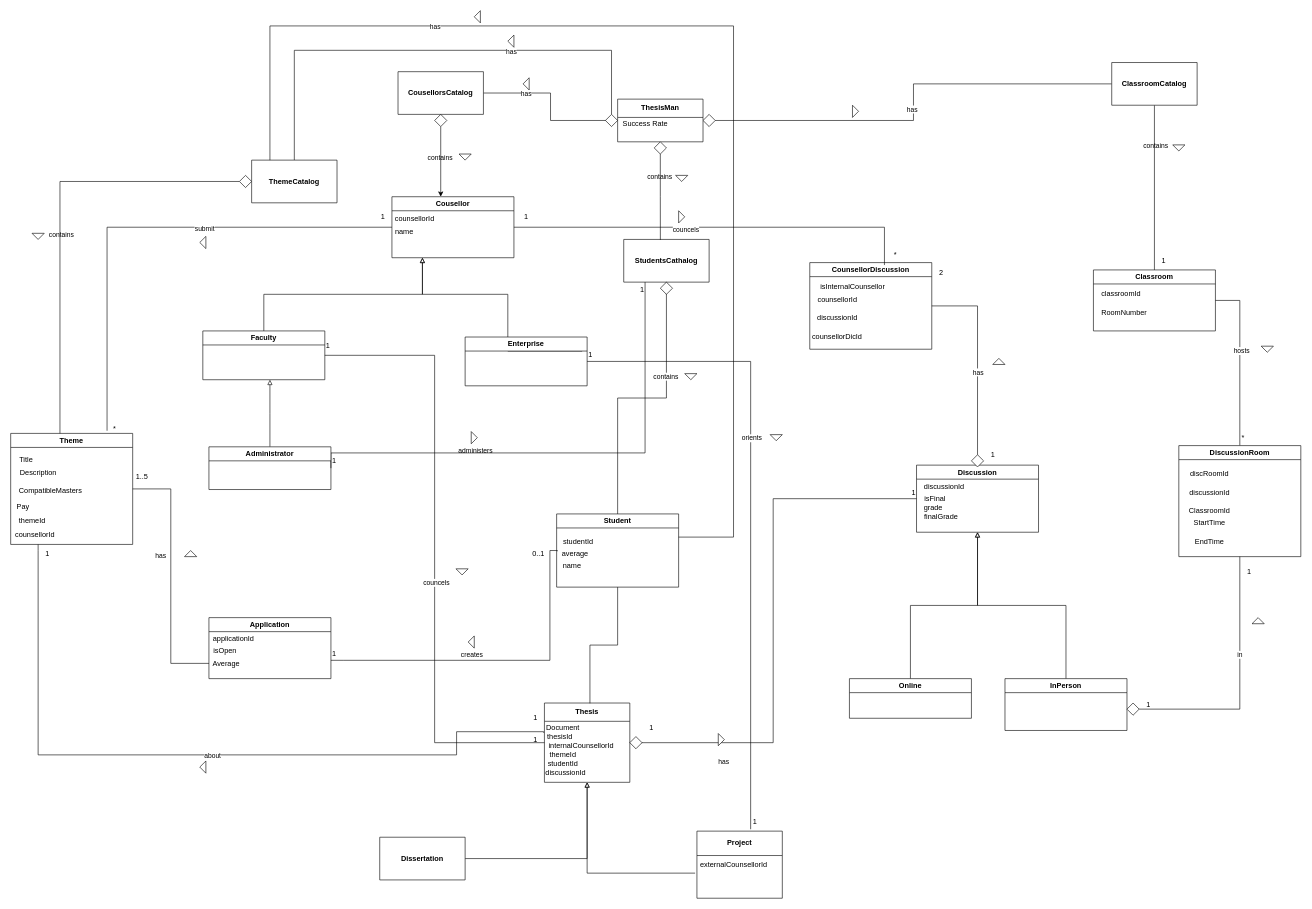
Earlier version of the draw.io diagram CSS.drawio (SergioEsteves3/CSS). Source tidied: cells renumbered, new cells numbered last; positions are measured from the earlier drawing's top-left corner, leaving out a move shared by most shapes. Both pictures are drawn from the tidied source at 61%, with x=0, y=0 at pixel (10, 10).
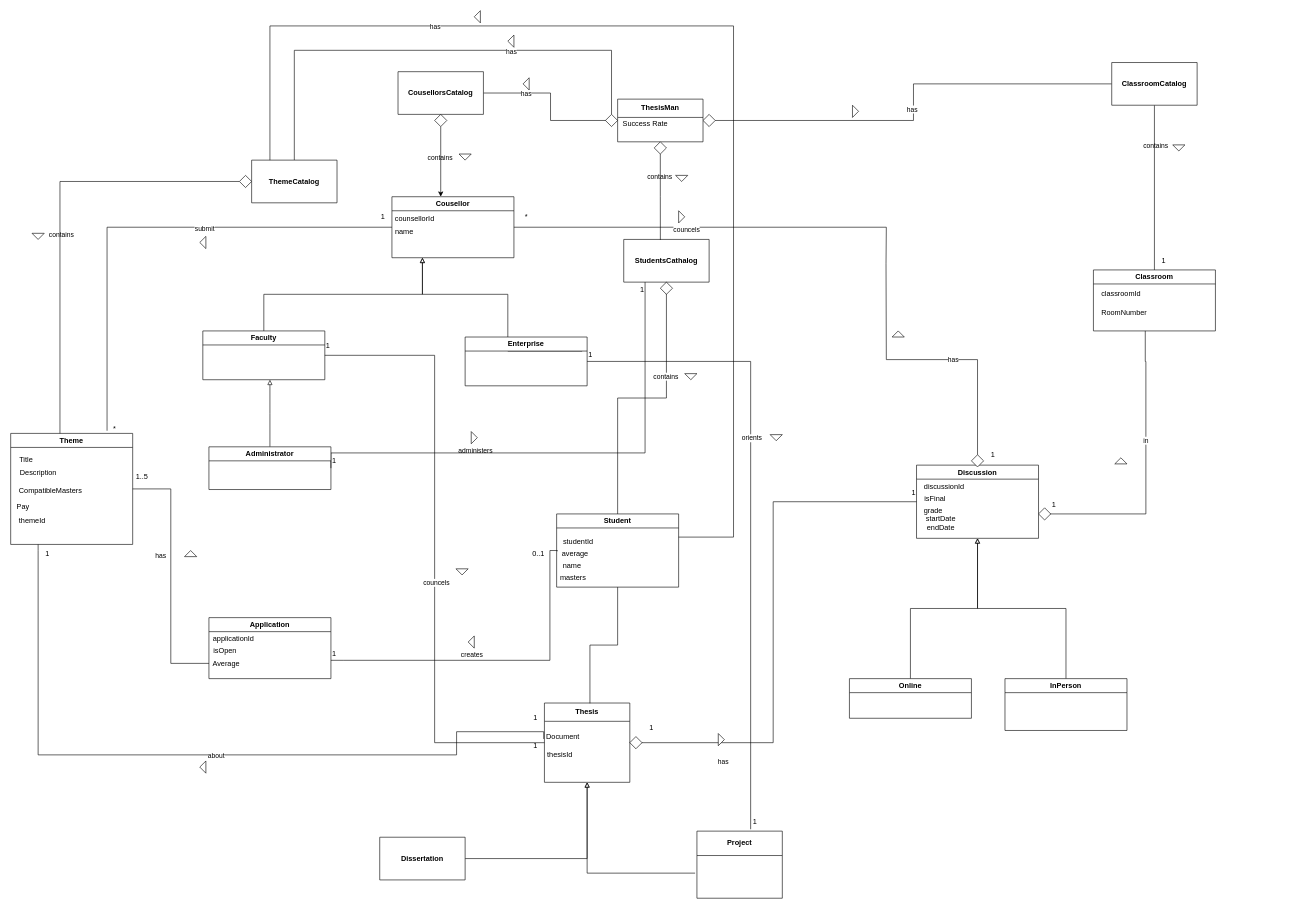
Above is the later version.

Unchanged cells that the change refers to:
```xml
<mxCell id="27" value="Theme" style="swimlane;whiteSpace=wrap;html=1;labelBackgroundColor=none;" parent="1" vertex="1">
  <mxGeometry y="693" width="200" height="182" as="geometry" />
</mxCell>
<mxCell id="39" value="Student" style="swimlane;whiteSpace=wrap;html=1;labelBackgroundColor=none;" parent="1" vertex="1">
  <mxGeometry x="895" y="825" width="200" height="120" as="geometry" />
</mxCell>
<mxCell id="49" value="Thesis" style="swimlane;whiteSpace=wrap;html=1;startSize=30;labelBackgroundColor=none;" parent="1" vertex="1">
  <mxGeometry x="875" y="1135" width="140" height="130" as="geometry" />
</mxCell>
<mxCell id="60" value="Project" style="swimlane;whiteSpace=wrap;html=1;startSize=40;labelBackgroundColor=none;" parent="1" vertex="1">
  <mxGeometry x="1125" y="1345" width="140" height="110" as="geometry" />
</mxCell>
<mxCell id="64" value="Cousellor" style="swimlane;whiteSpace=wrap;html=1;labelBackgroundColor=none;" parent="1" vertex="1">
  <mxGeometry x="625" y="305" width="200" height="100" as="geometry" />
</mxCell>
<mxCell id="68" value="Classroom" style="swimlane;whiteSpace=wrap;html=1;labelBackgroundColor=none;" parent="1" vertex="1">
  <mxGeometry x="1775" y="425" width="200" height="100" as="geometry" />
</mxCell>
<mxCell id="115" style="rhombus;whiteSpace=wrap;html=1;labelBackgroundColor=none;" parent="1" vertex="1">
  <mxGeometry x="1575" y="728" width="20" height="20" as="geometry" />
</mxCell>
```

What changed in the source:
```diff
@@
-    <mxCell id="33" value="counsellorId" style="text;html=1;align=center;verticalAlign=middle;whiteSpace=wrap;rounded=0;" parent="27" vertex="1">
-      <mxGeometry x="10" y="152" width="60" height="30" as="geometry" />
-    </mxCell>
@@
+    <mxCell id="164" value="&amp;nbsp;masters" style="text;html=1;align=center;verticalAlign=middle;strokeColor=none;fillColor=none;" parent="39" vertex="1">
+      <mxGeometry x="-10" y="90" width="70" height="30" as="geometry" />
+    </mxCell>
@@
     <mxCell id="50" value="Document" style="text;html=1;align=center;verticalAlign=middle;strokeColor=none;fillColor=none;labelBackgroundColor=none;" parent="49" vertex="1">
-      <mxGeometry x="-9.9" y="25" width="80" height="30" as="geometry" />
+      <mxGeometry x="-9.9" y="40" width="80" height="30" as="geometry" />
     </mxCell>
@@
     <mxCell id="52" value="thesisId" style="text;html=1;align=center;verticalAlign=middle;strokeColor=none;fillColor=none;" parent="49" vertex="1">
-      <mxGeometry x="-9.9" y="40" width="70" height="30" as="geometry" />
+      <mxGeometry x="-9.9" y="70" width="70" height="30" as="geometry" />
     </mxCell>
-    <mxCell id="53" value="internalCounsellorId" style="text;html=1;align=center;verticalAlign=middle;strokeColor=none;fillColor=none;" parent="49" vertex="1">
-      <mxGeometry x="-10" y="55" width="140" height="30" as="geometry" />
-    </mxCell>
-    <mxCell id="54" value="themeId" style="text;html=1;align=center;verticalAlign=middle;strokeColor=none;fillColor=none;" parent="49" vertex="1">
-      <mxGeometry x="-4.9" y="70" width="70" height="30" as="geometry" />
-    </mxCell>
-    <mxCell id="55" value="studentId" style="text;html=1;align=center;verticalAlign=middle;strokeColor=none;fillColor=none;" parent="49" vertex="1">
-      <mxGeometry x="-4.9" y="85" width="70" height="30" as="geometry" />
-    </mxCell>
-    <mxCell id="56" value="discussionId" style="text;html=1;align=center;verticalAlign=middle;whiteSpace=wrap;rounded=0;" parent="49" vertex="1">
-      <mxGeometry x="5" y="100" width="60" height="30" as="geometry" />
-    </mxCell>
+    <mxCell id="124" value="1" style="text;html=1;align=center;verticalAlign=middle;points=[];strokeColor=none;fillColor=none;labelBackgroundColor=none;" parent="49" vertex="1">
+      <mxGeometry x="-30" y="55" width="30" height="30" as="geometry" />
+    </mxCell>
@@
-    <mxCell id="61" value="externalCounsellorId" style="text;html=1;align=center;verticalAlign=middle;strokeColor=none;fillColor=none;" parent="60" vertex="1">
-      <mxGeometry x="-10" y="40" width="140" height="30" as="geometry" />
-    </mxCell>
@@
-    <mxCell id="71" value="CounsellorDiscussion" style="swimlane;whiteSpace=wrap;html=1;startSize=23;labelBackgroundColor=none;" parent="1" vertex="1">
-      <mxGeometry x="1310" y="413" width="200" height="142" as="geometry" />
-    </mxCell>
-    <mxCell id="72" value="isInternalCounsellor" style="text;html=1;align=center;verticalAlign=middle;strokeColor=none;fillColor=none;labelBackgroundColor=none;" parent="71" vertex="1">
-      <mxGeometry y="25" width="140" height="30" as="geometry" />
-    </mxCell>
-    <mxCell id="73" value="*" style="text;html=1;align=center;verticalAlign=middle;strokeColor=none;fillColor=none;labelBackgroundColor=none;" parent="71" vertex="1">
-      <mxGeometry x="125" y="-28" width="30" height="30" as="geometry" />
-    </mxCell>
-    <mxCell id="74" value="counsellorId" style="text;html=1;align=center;verticalAlign=middle;strokeColor=none;fillColor=none;" parent="71" vertex="1">
-      <mxGeometry y="46" width="90" height="30" as="geometry" />
-    </mxCell>
-    <mxCell id="75" value="discussionId" style="text;html=1;align=center;verticalAlign=middle;strokeColor=none;fillColor=none;" parent="71" vertex="1">
-      <mxGeometry y="76" width="90" height="30" as="geometry" />
-    </mxCell>
-    <mxCell id="76" value="counsellorDicId" style="text;html=1;align=center;verticalAlign=middle;whiteSpace=wrap;rounded=0;" parent="71" vertex="1">
-      <mxGeometry x="15" y="106" width="60" height="30" as="geometry" />
-    </mxCell>
-    <mxCell id="77" style="edgeStyle=orthogonalEdgeStyle;rounded=0;jettySize=auto;html=1;entryX=1;entryY=0.5;entryDx=0;entryDy=0;exitX=0.5;exitY=0;exitDx=0;exitDy=0;labelBackgroundColor=none;fontColor=default;endArrow=none;endFill=0;" parent="1" edge="1" source="115" target="71">
-      <mxGeometry relative="1" as="geometry" />
+    <mxCell id="77" style="edgeStyle=orthogonalEdgeStyle;rounded=0;jettySize=auto;html=1;exitX=0.5;exitY=0;exitDx=0;exitDy=0;labelBackgroundColor=none;fontColor=default;endArrow=none;endFill=0;" parent="1" edge="1" source="115">
+      <mxGeometry relative="1" as="geometry">
+        <mxPoint x="1435" y="415" as="targetPoint" />
+      </mxGeometry>
     </mxCell>
@@
     <mxCell id="79" value="Discussion" style="swimlane;whiteSpace=wrap;html=1;labelBackgroundColor=none;" parent="1" vertex="1">
-      <mxGeometry x="1485" y="745" width="200" height="110" as="geometry" />
+      <mxGeometry x="1485" y="745" width="200" height="120" as="geometry" />
     </mxCell>
@@
     <mxCell id="82" value="grade" style="text;html=1;align=center;verticalAlign=middle;strokeColor=none;fillColor=none;labelBackgroundColor=none;" parent="79" vertex="1">
-      <mxGeometry x="-3" y="55" width="60" height="30" as="geometry" />
+      <mxGeometry x="-3" y="60" width="60" height="30" as="geometry" />
     </mxCell>
-    <mxCell id="83" value="finalGrade" style="text;html=1;align=center;verticalAlign=middle;strokeColor=none;fillColor=none;labelBackgroundColor=none;" parent="79" vertex="1">
-      <mxGeometry y="70" width="80" height="30" as="geometry" />
-    </mxCell>
+    <mxCell id="165" value="startDate&lt;div&gt;endDate&lt;/div&gt;" style="text;html=1;align=center;verticalAlign=middle;whiteSpace=wrap;rounded=0;" parent="79" vertex="1">
+      <mxGeometry x="10" y="80" width="60" height="30" as="geometry" />
+    </mxCell>
@@
-    <mxCell id="88" style="edgeStyle=orthogonalEdgeStyle;rounded=0;jettySize=auto;html=1;entryX=0.5;entryY=1;entryDx=0;entryDy=0;endArrow=none;endFill=0;labelBackgroundColor=none;fontColor=default;" parent="1" edge="1" source="100" target="94">
-      <mxGeometry relative="1" as="geometry" />
+    <mxCell id="88" style="edgeStyle=orthogonalEdgeStyle;rounded=0;orthogonalLoop=1;jettySize=auto;html=1;endArrow=none;endFill=0;labelBackgroundColor=none;fontColor=default;" parent="1" edge="1">
+      <mxGeometry relative="1" as="geometry">
+        <mxPoint x="1695" y="825" as="sourcePoint" />
+        <mxPoint x="1860" y="525" as="targetPoint" />
+        <Array as="points">
+          <mxPoint x="1861" y="825" />
+          <mxPoint x="1861" y="575" />
+        </Array>
+      </mxGeometry>
     </mxCell>
@@
-    <mxCell id="92" style="edgeStyle=orthogonalEdgeStyle;rounded=0;jettySize=auto;html=1;entryX=1;entryY=0.5;entryDx=0;entryDy=0;endArrow=none;endFill=0;labelBackgroundColor=none;fontColor=default;" parent="1" edge="1" source="94" target="68">
-      <mxGeometry relative="1" as="geometry" />
-    </mxCell>
-    <mxCell id="93" value="hosts" style="edgeLabel;html=1;align=center;verticalAlign=middle;" parent="92" vertex="1">
-      <mxGeometry x="0.12" y="-2" relative="1" as="geometry" />
-    </mxCell>
-    <mxCell id="94" value="DiscussionRoom" style="swimlane;whiteSpace=wrap;html=1;labelBackgroundColor=none;" parent="1" vertex="1">
-      <mxGeometry x="1915" y="713" width="200" height="182" as="geometry" />
-    </mxCell>
-    <mxCell id="95" value="StartTime" style="text;html=1;align=center;verticalAlign=middle;strokeColor=none;fillColor=none;labelBackgroundColor=none;" parent="94" vertex="1">
-      <mxGeometry x="10" y="112" width="80" height="30" as="geometry" />
-    </mxCell>
-    <mxCell id="96" value="EndTime" style="text;html=1;align=center;verticalAlign=middle;strokeColor=none;fillColor=none;labelBackgroundColor=none;" parent="94" vertex="1">
-      <mxGeometry x="15" y="142" width="70" height="30" as="geometry" />
-    </mxCell>
-    <mxCell id="97" value="discussionId" style="text;html=1;align=center;verticalAlign=middle;strokeColor=none;fillColor=none;" parent="94" vertex="1">
-      <mxGeometry x="5" y="62" width="90" height="30" as="geometry" />
-    </mxCell>
-    <mxCell id="98" value="ClassroomId" style="text;html=1;align=center;verticalAlign=middle;strokeColor=none;fillColor=none;" parent="94" vertex="1">
-      <mxGeometry y="92" width="100" height="30" as="geometry" />
-    </mxCell>
-    <mxCell id="99" value="discRoomId" style="text;html=1;align=center;verticalAlign=middle;strokeColor=none;fillColor=none;" parent="94" vertex="1">
-      <mxGeometry x="5" y="32" width="90" height="30" as="geometry" />
-    </mxCell>
     <mxCell id="100" style="rhombus;whiteSpace=wrap;html=1;labelBackgroundColor=none;" parent="1" vertex="1">
-      <mxGeometry x="1830" y="1135" width="20" height="20" as="geometry" />
+      <mxGeometry x="1685" y="815" width="20" height="20" as="geometry" />
     </mxCell>
@@
-    <mxCell id="113" style="edgeStyle=orthogonalEdgeStyle;rounded=0;jettySize=auto;html=1;entryX=0.612;entryY=0.028;entryDx=0;entryDy=0;entryPerimeter=0;labelBackgroundColor=none;fontColor=default;endArrow=none;endFill=0;" parent="1" edge="1" source="64" target="71">
-      <mxGeometry relative="1" as="geometry" />
+    <mxCell id="113" style="edgeStyle=orthogonalEdgeStyle;rounded=0;jettySize=auto;html=1;labelBackgroundColor=none;fontColor=default;endArrow=none;endFill=0;" parent="1" edge="1" source="64">
+      <mxGeometry relative="1" as="geometry">
+        <mxPoint x="1435" y="415" as="targetPoint" />
+      </mxGeometry>
     </mxCell>
@@
-    <mxCell id="124" value="1" style="text;html=1;align=center;verticalAlign=middle;points=[];strokeColor=none;fillColor=none;labelBackgroundColor=none;" parent="1" vertex="1">
-      <mxGeometry x="845" y="1180" width="30" height="30" as="geometry" />
-    </mxCell>
@@
-    <mxCell id="126" value="1" style="text;html=1;align=center;verticalAlign=middle;strokeColor=none;fillColor=none;labelBackgroundColor=none;" parent="1" vertex="1">
+    <mxCell id="126" value="*" style="text;html=1;align=center;verticalAlign=middle;strokeColor=none;fillColor=none;labelBackgroundColor=none;" parent="1" vertex="1">
       <mxGeometry x="830" y="323" width="30" height="30" as="geometry" />
     </mxCell>
@@
-    <mxCell id="133" value="2" style="text;html=1;align=center;verticalAlign=middle;strokeColor=none;fillColor=none;labelBackgroundColor=none;" parent="1" vertex="1">
-      <mxGeometry x="1510" y="415" width="30" height="30" as="geometry" />
-    </mxCell>
@@
-    <mxCell id="137" value="*" style="text;html=1;align=center;verticalAlign=middle;strokeColor=none;fillColor=none;" parent="1" vertex="1">
-      <mxGeometry x="2005" y="685" width="30" height="30" as="geometry" />
-    </mxCell>
     <mxCell id="138" value="1" style="text;html=1;align=center;verticalAlign=middle;strokeColor=none;fillColor=none;" parent="1" vertex="1">
-      <mxGeometry x="1850" y="1122.5" width="30" height="30" as="geometry" />
+      <mxGeometry x="1695" y="795" width="30" height="30" as="geometry" />
     </mxCell>
-    <mxCell id="139" value="1" style="text;html=1;align=center;verticalAlign=middle;strokeColor=none;fillColor=none;" parent="1" vertex="1">
-      <mxGeometry x="2015" y="905" width="30" height="30" as="geometry" />
-    </mxCell>
@@
     <mxCell id="160" style="triangle;whiteSpace=wrap;html=1;direction=north;" parent="1" vertex="1">
-      <mxGeometry x="1610" y="570" width="20" height="10" as="geometry" />
+      <mxGeometry x="1445" y="525" width="20" height="10" as="geometry" />
     </mxCell>
@@
-    <mxCell id="162" style="triangle;whiteSpace=wrap;html=1;direction=south;" parent="1" vertex="1">
-      <mxGeometry x="2050" y="550" width="20" height="10" as="geometry" />
-    </mxCell>
     <mxCell id="163" style="triangle;whiteSpace=wrap;html=1;direction=north;" parent="1" vertex="1">
-      <mxGeometry x="2035" y="995" width="20" height="10" as="geometry" />
+      <mxGeometry x="1810" y="733" width="20" height="10" as="geometry" />
     </mxCell>
```
